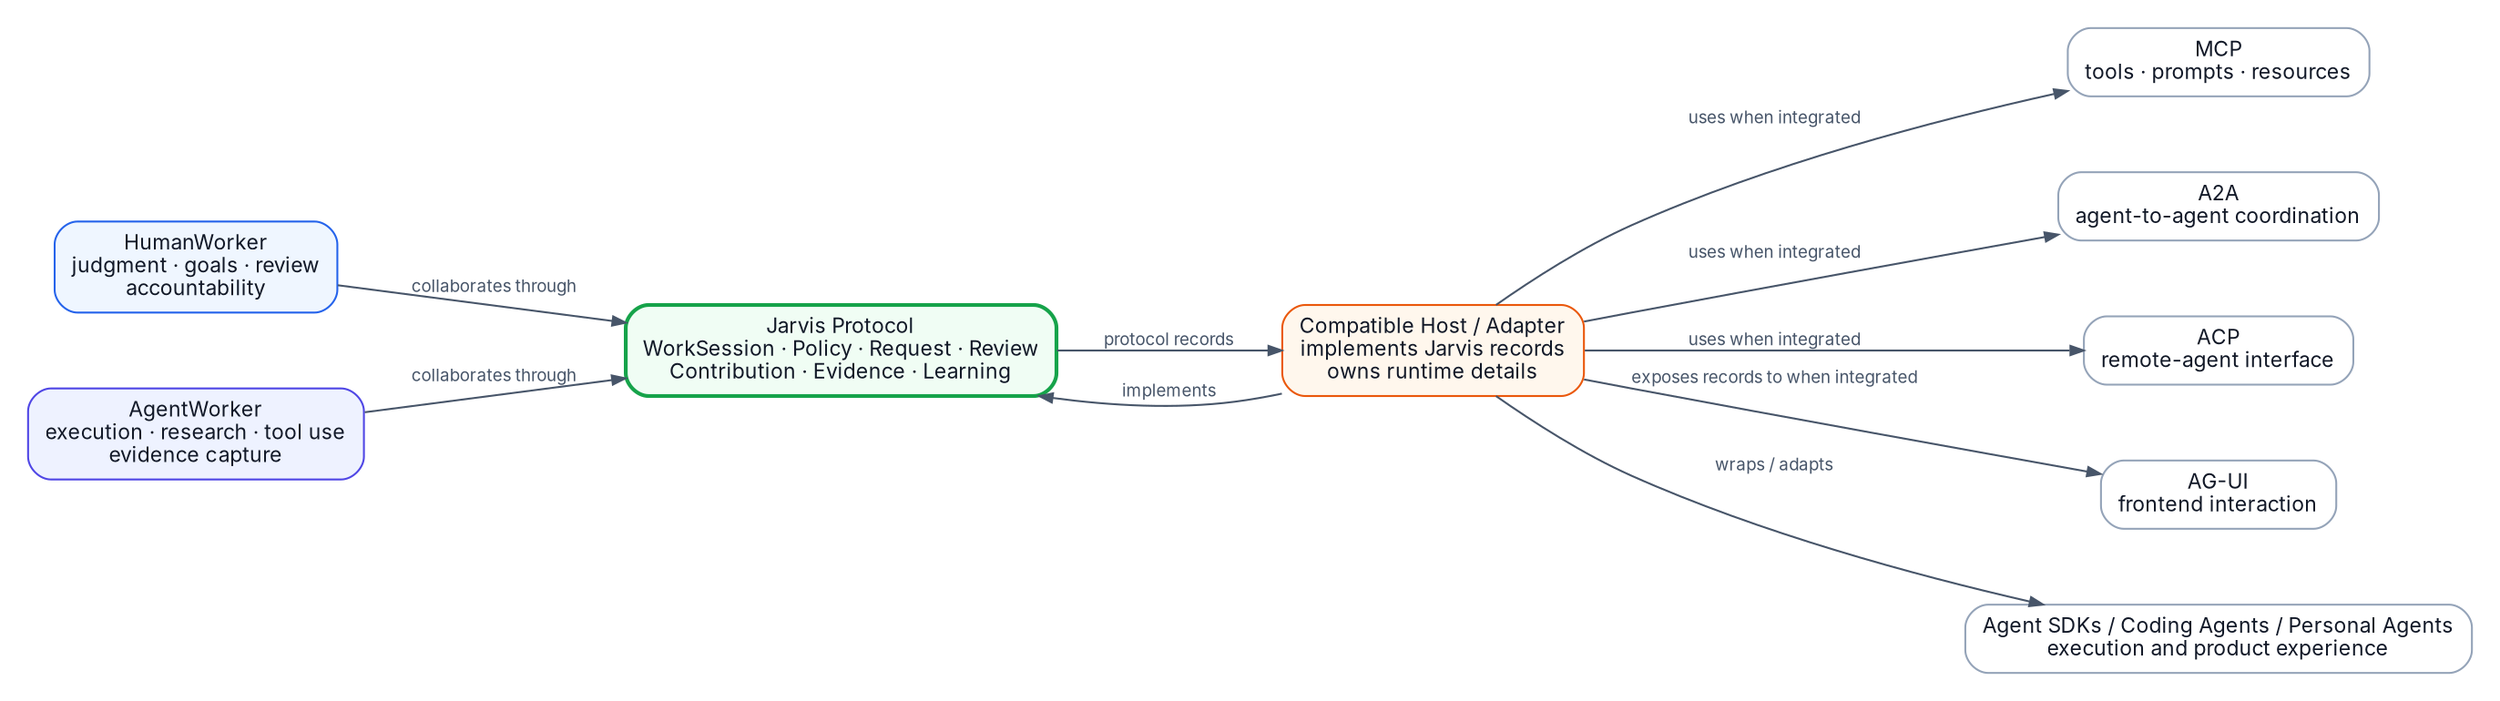
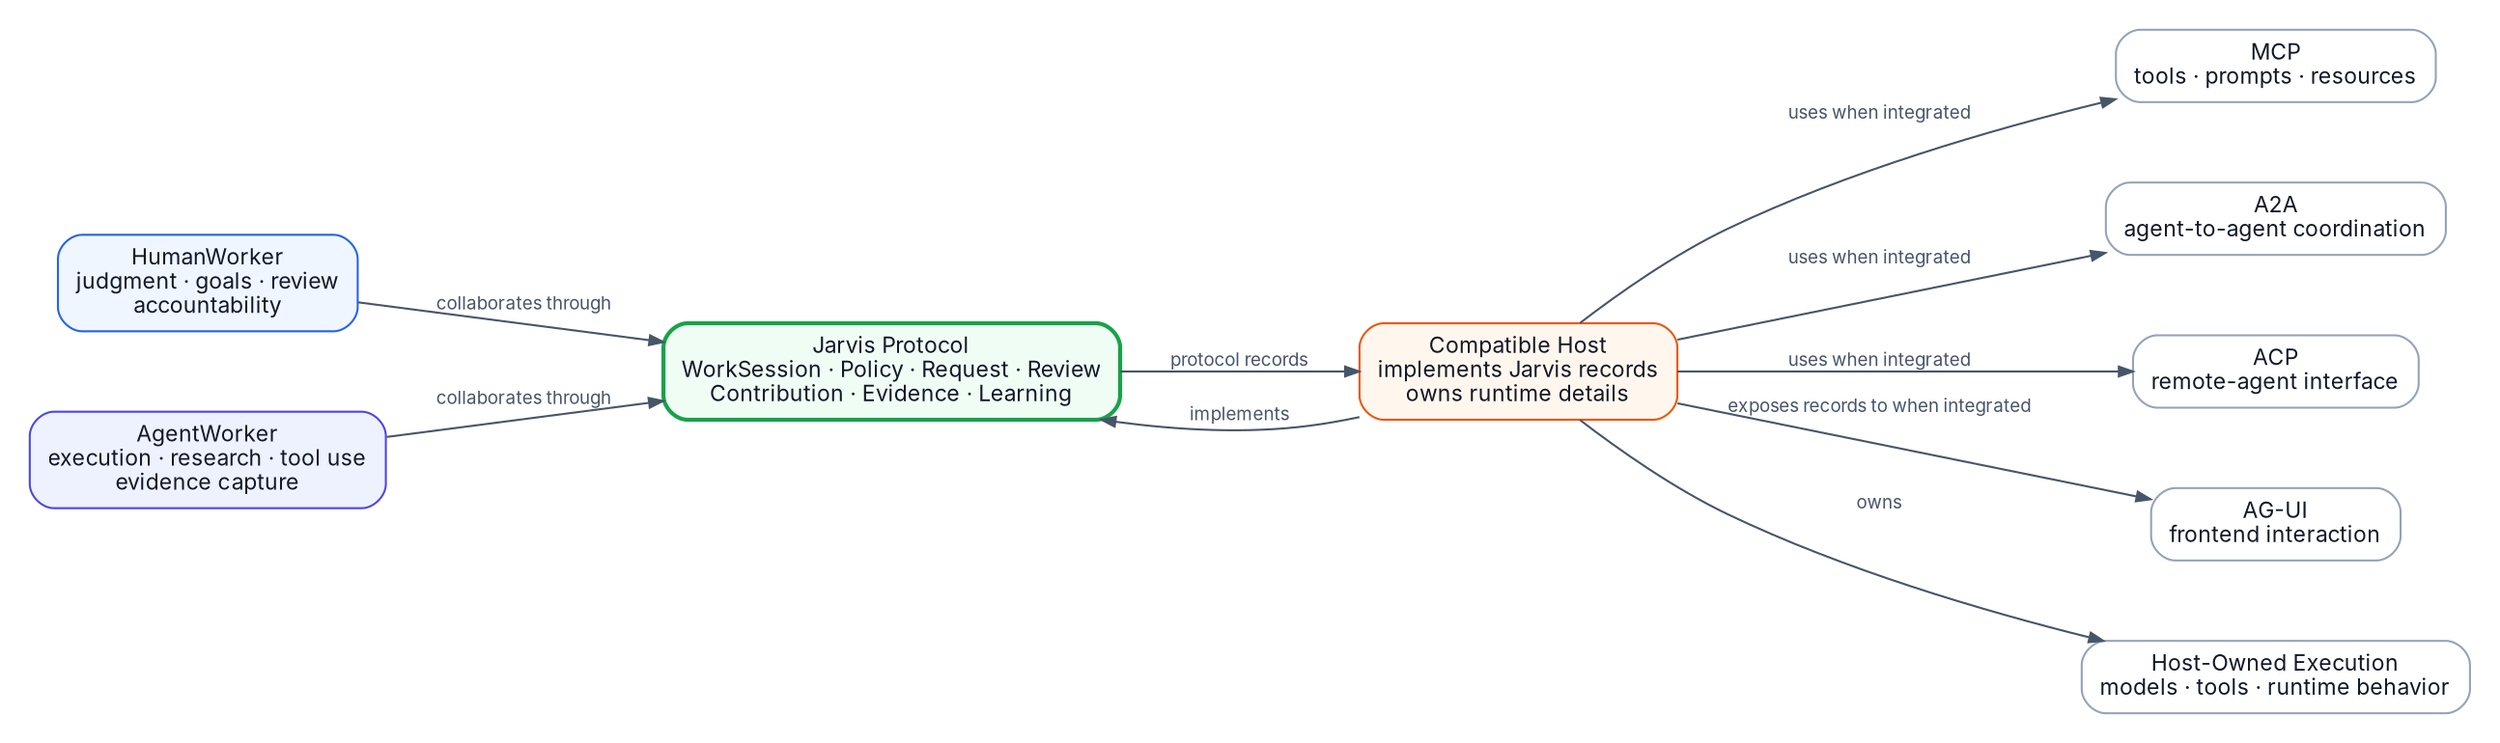
digraph G {
  graph [rankdir=LR, bgcolor="white", margin=0.15, nodesep=0.55, ranksep=0.7];
  node [shape=box, style="rounded,filled", fontname="Inter", fontsize=11, color="#94a3b8", fillcolor="#f8fafc", fontcolor="#111827", margin="0.12,0.08"];
  edge [fontname="Inter", fontsize=9, color="#475569", fontcolor="#475569", arrowsize=0.7];

  human [label="HumanWorker\njudgment · goals · review\naccountability", fillcolor="#eff6ff", color="#2563eb"];
  agent [label="AgentWorker\nexecution · research · tool use\nevidence capture", fillcolor="#eef2ff", color="#4f46e5"];
  jarvis [label="Jarvis Protocol\nWorkSession · Policy · Request · Review\nContribution · Evidence · Learning", fillcolor="#f0fdf4", color="#16a34a", penwidth=2];
-   host [label="Compatible Host / Adapter\nimplements Jarvis records\nowns runtime details", fillcolor="#fff7ed", color="#ea580c"];
+   host [label="Compatible Host\nimplements Jarvis records\nowns runtime details", fillcolor="#fff7ed", color="#ea580c"];
  mcp [label="MCP\ntools · prompts · resources", fillcolor="#ffffff"];
  a2a [label="A2A\nagent-to-agent coordination", fillcolor="#ffffff"];
  acp [label="ACP\nremote-agent interface", fillcolor="#ffffff"];
  agui [label="AG-UI\nfrontend interaction", fillcolor="#ffffff"];
-   sdk [label="Agent SDKs / Coding Agents / Personal Agents\nexecution and product experience", fillcolor="#ffffff"];
+   execution [label="Host-Owned Execution\nmodels · tools · runtime behavior", fillcolor="#ffffff"];

  human -> jarvis [label="collaborates through"];
  agent -> jarvis [label="collaborates through"];
  host -> jarvis [label="implements"];
  host -> mcp [label="uses when integrated"];
  host -> a2a [label="uses when integrated"];
  host -> acp [label="uses when integrated"];
  host -> agui [label="exposes records to when integrated"];
-   host -> sdk [label="wraps / adapts"];
+   host -> execution [label="owns"];
  jarvis -> host [label="protocol records"];
}
